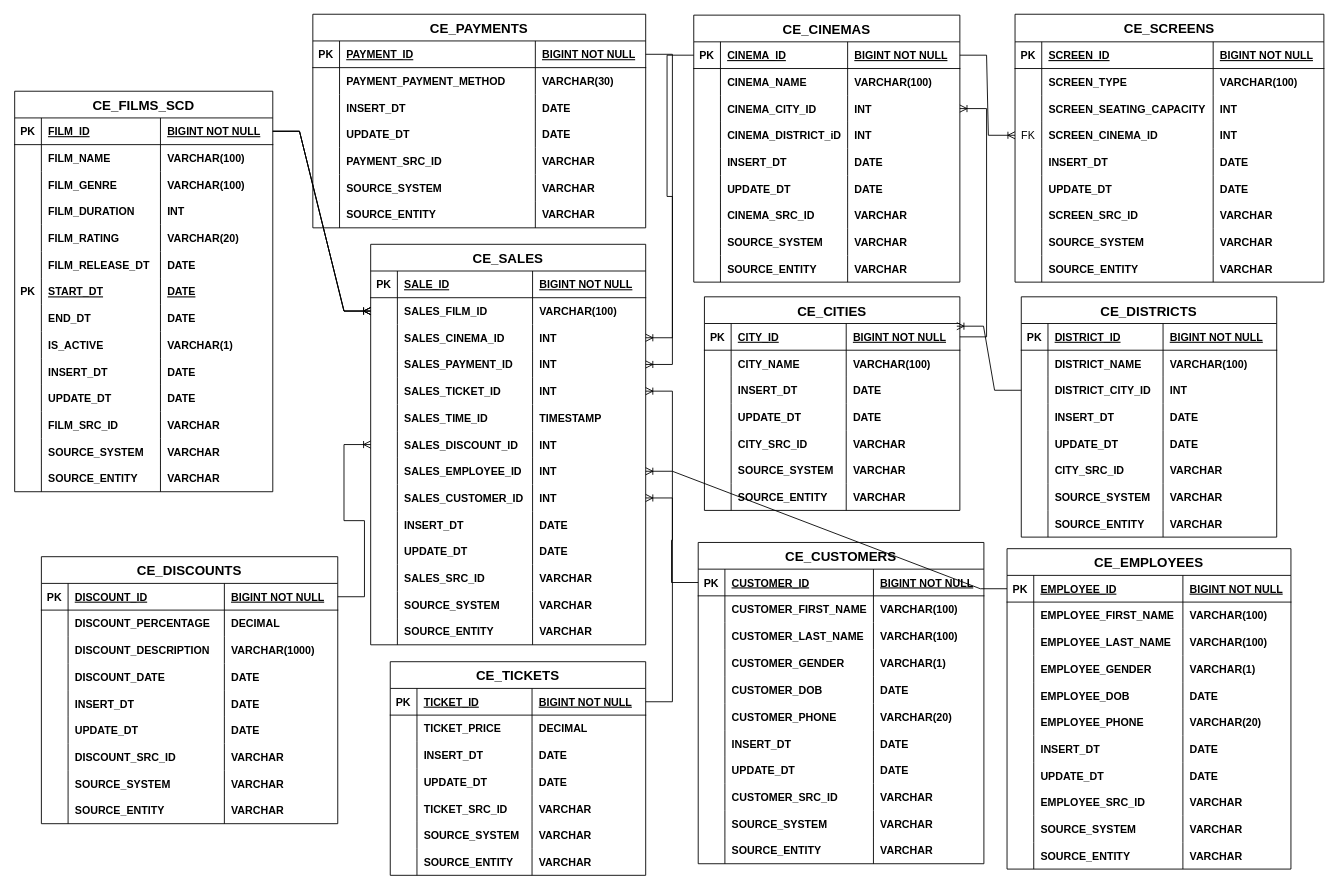
Earlier version of the draw.io diagram ticket_sales_3NF.drawio (GiorgiEz/DB-modeling). Source tidied: cells renumbered, new cells numbered last; positions are measured from the earlier drawing's top-left corner, leaving out a move shared by most shapes. Both pictures are drawn from the tidied source at 89%, with x=0, y=0 at pixel (14, 14).
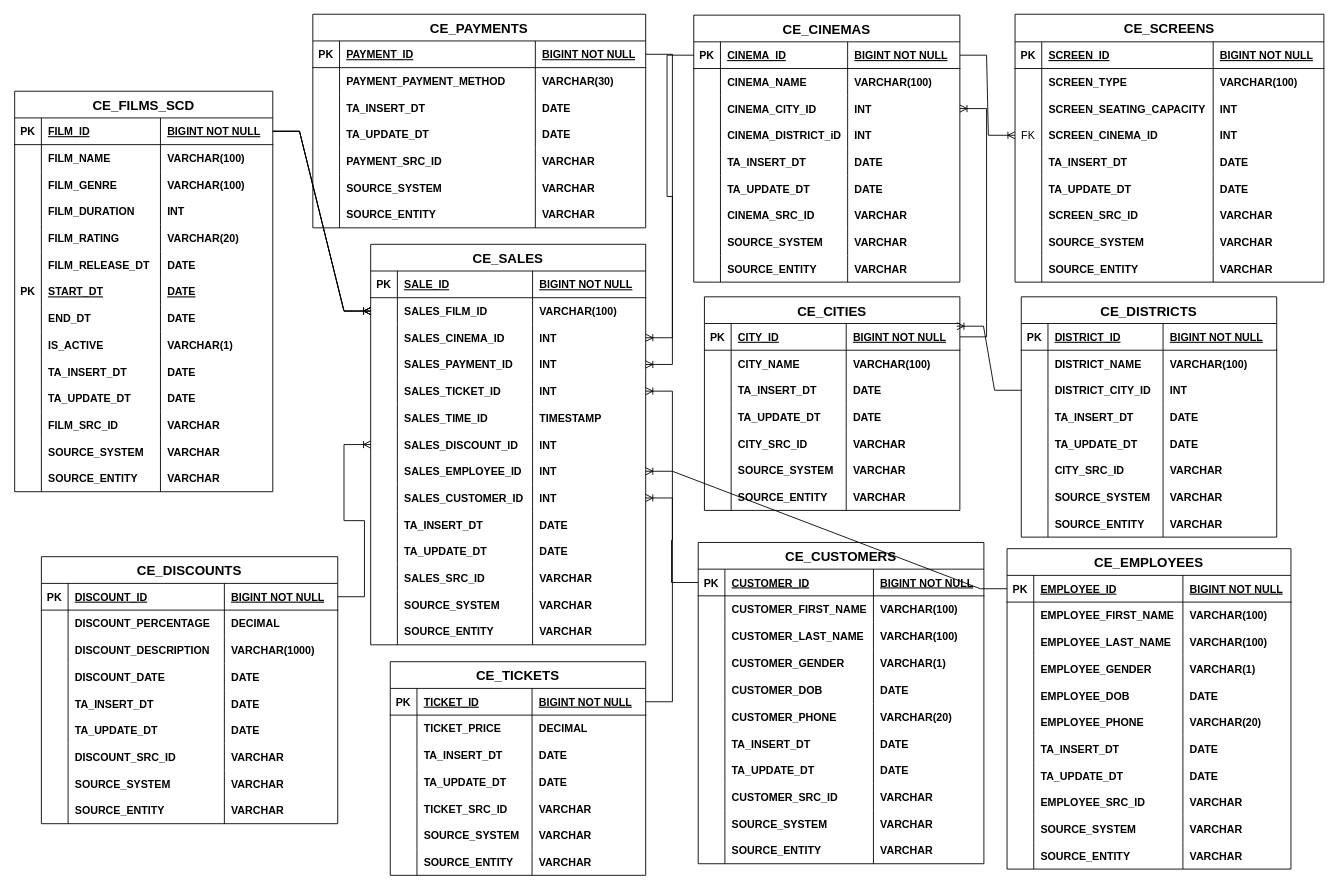
The same diagram, later.

Unchanged cells that the change refers to:
```xml
<mxCell id="39" style="shape=partialRectangle;fillColor=none;top=0;left=0;right=0;bottom=0;" parent="2" vertex="1">
  <mxGeometry y="300" width="290" height="30" as="geometry" />
</mxCell>
<mxCell id="43" style="shape=partialRectangle;fillColor=none;top=0;left=0;right=0;bottom=0;" parent="2" vertex="1">
  <mxGeometry y="330" width="290" height="30" as="geometry" />
</mxCell>
<mxCell id="76" style="shape=partialRectangle;fillColor=none;top=0;left=0;right=0;bottom=0;" parent="59" vertex="1">
  <mxGeometry y="150" width="299" height="30" as="geometry" />
</mxCell>
<mxCell id="80" style="shape=partialRectangle;fillColor=none;top=0;left=0;right=0;bottom=0;" parent="59" vertex="1">
  <mxGeometry y="180" width="299" height="30" as="geometry" />
</mxCell>
<mxCell id="113" style="shape=partialRectangle;fillColor=none;top=0;left=0;right=0;bottom=0;" parent="96" vertex="1">
  <mxGeometry y="151" width="347" height="30" as="geometry" />
</mxCell>
<mxCell id="117" style="shape=partialRectangle;fillColor=none;top=0;left=0;right=0;bottom=0;" parent="96" vertex="1">
  <mxGeometry y="181" width="347" height="30" as="geometry" />
</mxCell>
<mxCell id="150" style="shape=partialRectangle;fillColor=none;top=0;left=0;right=0;bottom=0;" parent="133" vertex="1">
  <mxGeometry y="150" width="333" height="30" as="geometry" />
</mxCell>
<mxCell id="154" style="shape=partialRectangle;fillColor=none;top=0;left=0;right=0;bottom=0;" parent="133" vertex="1">
  <mxGeometry y="180" width="333" height="30" as="geometry" />
</mxCell>
<mxCell id="179" style="shape=partialRectangle;fillColor=none;top=0;left=0;right=0;bottom=0;" parent="170" vertex="1">
  <mxGeometry y="90" width="287" height="30" as="geometry" />
</mxCell>
<mxCell id="183" style="shape=partialRectangle;fillColor=none;top=0;left=0;right=0;bottom=0;" parent="170" vertex="1">
  <mxGeometry y="120" width="287" height="30" as="geometry" />
</mxCell>
<mxCell id="208" style="shape=partialRectangle;fillColor=none;top=0;left=0;right=0;bottom=0;" parent="199" vertex="1">
  <mxGeometry y="90" width="374" height="30" as="geometry" />
</mxCell>
<mxCell id="212" style="shape=partialRectangle;fillColor=none;top=0;left=0;right=0;bottom=0;" parent="199" vertex="1">
  <mxGeometry y="120" width="374" height="30" as="geometry" />
</mxCell>
<mxCell id="253" style="shape=partialRectangle;fillColor=none;top=0;left=0;right=0;bottom=0;" parent="228" vertex="1">
  <mxGeometry y="210" width="319" height="30" as="geometry" />
</mxCell>
<mxCell id="257" style="shape=partialRectangle;fillColor=none;top=0;left=0;right=0;bottom=0;" parent="228" vertex="1">
  <mxGeometry y="240" width="319" height="30" as="geometry" />
</mxCell>
<mxCell id="298" style="shape=partialRectangle;fillColor=none;top=0;left=0;right=0;bottom=0;" parent="273" vertex="1">
  <mxGeometry y="211" width="321" height="30" as="geometry" />
</mxCell>
<mxCell id="302" style="shape=partialRectangle;fillColor=none;top=0;left=0;right=0;bottom=0;" parent="273" vertex="1">
  <mxGeometry y="241" width="321" height="30" as="geometry" />
</mxCell>
<mxCell id="355" style="shape=partialRectangle;fillColor=none;top=0;left=0;right=0;bottom=0;" parent="318" vertex="1">
  <mxGeometry y="300" width="309" height="30" as="geometry" />
</mxCell>
<mxCell id="359" style="shape=partialRectangle;fillColor=none;top=0;left=0;right=0;bottom=0;" parent="318" vertex="1">
  <mxGeometry y="330" width="309" height="30" as="geometry" />
</mxCell>
<mxCell id="394" style="shape=partialRectangle;fillColor=none;top=0;left=0;right=0;bottom=0;" parent="385" vertex="1">
  <mxGeometry y="90" width="287" height="30" as="geometry" />
</mxCell>
<mxCell id="398" style="shape=partialRectangle;fillColor=none;top=0;left=0;right=0;bottom=0;" parent="385" vertex="1">
  <mxGeometry y="120" width="287" height="30" as="geometry" />
</mxCell>
<mxCell id="428" style="shape=partialRectangle;fillColor=none;top=0;left=0;right=0;bottom=0;" parent="415" vertex="1">
  <mxGeometry y="120" width="287" height="30" as="geometry" />
</mxCell>
<mxCell id="432" style="shape=partialRectangle;fillColor=none;top=0;left=0;right=0;bottom=0;" parent="415" vertex="1">
  <mxGeometry y="150" width="287" height="30" as="geometry" />
</mxCell>
```

What changed in the source:
```diff
@@
-    <mxCell id="41" value="INSERT_DT" style="shape=partialRectangle;overflow=hidden;fillColor=none;top=0;left=0;bottom=0;right=0;align=left;spacingLeft=6;fontStyle=1;" parent="39" vertex="1">
+    <mxCell id="41" value="TA_INSERT_DT" style="shape=partialRectangle;overflow=hidden;fillColor=none;top=0;left=0;bottom=0;right=0;align=left;spacingLeft=6;fontStyle=1;" parent="39" vertex="1">
       <mxGeometry x="30" width="133.8" height="30" as="geometry" />
     </mxCell>
@@
-    <mxCell id="45" value="UPDATE_DT" style="shape=partialRectangle;overflow=hidden;fillColor=none;top=0;left=0;bottom=0;right=0;align=left;spacingLeft=6;fontStyle=1;" parent="43" vertex="1">
+    <mxCell id="45" value="TA_UPDATE_DT" style="shape=partialRectangle;overflow=hidden;fillColor=none;top=0;left=0;bottom=0;right=0;align=left;spacingLeft=6;fontStyle=1;" parent="43" vertex="1">
       <mxGeometry x="30" width="133.8" height="30" as="geometry" />
     </mxCell>
@@
-    <mxCell id="78" value="INSERT_DT" style="shape=partialRectangle;overflow=hidden;fillColor=none;top=0;left=0;bottom=0;right=0;align=left;spacingLeft=6;fontStyle=1;" parent="76" vertex="1">
+    <mxCell id="78" value="TA_INSERT_DT" style="shape=partialRectangle;overflow=hidden;fillColor=none;top=0;left=0;bottom=0;right=0;align=left;spacingLeft=6;fontStyle=1;" parent="76" vertex="1">
       <mxGeometry x="30" width="142.9" height="30" as="geometry" />
     </mxCell>
@@
-    <mxCell id="82" value="UPDATE_DT" style="shape=partialRectangle;overflow=hidden;fillColor=none;top=0;left=0;bottom=0;right=0;align=left;spacingLeft=6;fontStyle=1;" parent="80" vertex="1">
+    <mxCell id="82" value="TA_UPDATE_DT" style="shape=partialRectangle;overflow=hidden;fillColor=none;top=0;left=0;bottom=0;right=0;align=left;spacingLeft=6;fontStyle=1;" parent="80" vertex="1">
       <mxGeometry x="30" width="142.9" height="30" as="geometry" />
     </mxCell>
@@
-    <mxCell id="115" value="INSERT_DT" style="shape=partialRectangle;overflow=hidden;fillColor=none;top=0;left=0;bottom=0;right=0;align=left;spacingLeft=6;fontStyle=1;" parent="113" vertex="1">
+    <mxCell id="115" value="TA_INSERT_DT" style="shape=partialRectangle;overflow=hidden;fillColor=none;top=0;left=0;bottom=0;right=0;align=left;spacingLeft=6;fontStyle=1;" parent="113" vertex="1">
       <mxGeometry x="30" width="192.6" height="30" as="geometry" />
     </mxCell>
@@
-    <mxCell id="119" value="UPDATE_DT" style="shape=partialRectangle;overflow=hidden;fillColor=none;top=0;left=0;bottom=0;right=0;align=left;spacingLeft=6;fontStyle=1;" parent="117" vertex="1">
+    <mxCell id="119" value="TA_UPDATE_DT" style="shape=partialRectangle;overflow=hidden;fillColor=none;top=0;left=0;bottom=0;right=0;align=left;spacingLeft=6;fontStyle=1;" parent="117" vertex="1">
       <mxGeometry x="30" width="192.6" height="30" as="geometry" />
     </mxCell>
@@
-    <mxCell id="152" value="INSERT_DT" style="shape=partialRectangle;overflow=hidden;fillColor=none;top=0;left=0;bottom=0;right=0;align=left;spacingLeft=6;fontStyle=1;" parent="150" vertex="1">
+    <mxCell id="152" value="TA_INSERT_DT" style="shape=partialRectangle;overflow=hidden;fillColor=none;top=0;left=0;bottom=0;right=0;align=left;spacingLeft=6;fontStyle=1;" parent="150" vertex="1">
       <mxGeometry x="30" width="175.6" height="30" as="geometry" />
     </mxCell>
@@
-    <mxCell id="156" value="UPDATE_DT" style="shape=partialRectangle;overflow=hidden;fillColor=none;top=0;left=0;bottom=0;right=0;align=left;spacingLeft=6;fontStyle=1;" parent="154" vertex="1">
+    <mxCell id="156" value="TA_UPDATE_DT" style="shape=partialRectangle;overflow=hidden;fillColor=none;top=0;left=0;bottom=0;right=0;align=left;spacingLeft=6;fontStyle=1;" parent="154" vertex="1">
       <mxGeometry x="30" width="175.6" height="30" as="geometry" />
     </mxCell>
@@
-    <mxCell id="181" value="INSERT_DT" style="shape=partialRectangle;overflow=hidden;fillColor=none;top=0;left=0;bottom=0;right=0;align=left;spacingLeft=6;fontStyle=1;" parent="179" vertex="1">
+    <mxCell id="181" value="TA_INSERT_DT" style="shape=partialRectangle;overflow=hidden;fillColor=none;top=0;left=0;bottom=0;right=0;align=left;spacingLeft=6;fontStyle=1;" parent="179" vertex="1">
       <mxGeometry x="30" width="129.3" height="30" as="geometry" />
     </mxCell>
@@
-    <mxCell id="185" value="UPDATE_DT" style="shape=partialRectangle;overflow=hidden;fillColor=none;top=0;left=0;bottom=0;right=0;align=left;spacingLeft=6;fontStyle=1;" parent="183" vertex="1">
+    <mxCell id="185" value="TA_UPDATE_DT" style="shape=partialRectangle;overflow=hidden;fillColor=none;top=0;left=0;bottom=0;right=0;align=left;spacingLeft=6;fontStyle=1;" parent="183" vertex="1">
       <mxGeometry x="30" width="129.3" height="30" as="geometry" />
     </mxCell>
@@
-    <mxCell id="210" value="INSERT_DT" style="shape=partialRectangle;overflow=hidden;fillColor=none;top=0;left=0;bottom=0;right=0;align=left;spacingLeft=6;fontStyle=1;" parent="208" vertex="1">
+    <mxCell id="210" value="TA_INSERT_DT" style="shape=partialRectangle;overflow=hidden;fillColor=none;top=0;left=0;bottom=0;right=0;align=left;spacingLeft=6;fontStyle=1;" parent="208" vertex="1">
       <mxGeometry x="30" width="220" height="30" as="geometry" />
     </mxCell>
@@
-    <mxCell id="214" value="UPDATE_DT" style="shape=partialRectangle;overflow=hidden;fillColor=none;top=0;left=0;bottom=0;right=0;align=left;spacingLeft=6;fontStyle=1;" parent="212" vertex="1">
+    <mxCell id="214" value="TA_UPDATE_DT" style="shape=partialRectangle;overflow=hidden;fillColor=none;top=0;left=0;bottom=0;right=0;align=left;spacingLeft=6;fontStyle=1;" parent="212" vertex="1">
       <mxGeometry x="30" width="220" height="30" as="geometry" />
     </mxCell>
@@
-    <mxCell id="255" value="INSERT_DT" style="shape=partialRectangle;overflow=hidden;fillColor=none;top=0;left=0;bottom=0;right=0;align=left;spacingLeft=6;fontStyle=1;" parent="253" vertex="1">
+    <mxCell id="255" value="TA_INSERT_DT" style="shape=partialRectangle;overflow=hidden;fillColor=none;top=0;left=0;bottom=0;right=0;align=left;spacingLeft=6;fontStyle=1;" parent="253" vertex="1">
       <mxGeometry x="30" width="167.6" height="30" as="geometry" />
     </mxCell>
@@
-    <mxCell id="259" value="UPDATE_DT" style="shape=partialRectangle;overflow=hidden;fillColor=none;top=0;left=0;bottom=0;right=0;align=left;spacingLeft=6;fontStyle=1;" parent="257" vertex="1">
+    <mxCell id="259" value="TA_UPDATE_DT" style="shape=partialRectangle;overflow=hidden;fillColor=none;top=0;left=0;bottom=0;right=0;align=left;spacingLeft=6;fontStyle=1;" parent="257" vertex="1">
       <mxGeometry x="30" width="167.6" height="30" as="geometry" />
     </mxCell>
@@
-    <mxCell id="300" value="INSERT_DT" style="shape=partialRectangle;overflow=hidden;fillColor=none;top=0;left=0;bottom=0;right=0;align=left;spacingLeft=6;fontStyle=1;" parent="298" vertex="1">
+    <mxCell id="300" value="TA_INSERT_DT" style="shape=partialRectangle;overflow=hidden;fillColor=none;top=0;left=0;bottom=0;right=0;align=left;spacingLeft=6;fontStyle=1;" parent="298" vertex="1">
       <mxGeometry x="30" width="166.9" height="30" as="geometry" />
     </mxCell>
@@
-    <mxCell id="304" value="UPDATE_DT" style="shape=partialRectangle;overflow=hidden;fillColor=none;top=0;left=0;bottom=0;right=0;align=left;spacingLeft=6;fontStyle=1;" parent="302" vertex="1">
+    <mxCell id="304" value="TA_UPDATE_DT" style="shape=partialRectangle;overflow=hidden;fillColor=none;top=0;left=0;bottom=0;right=0;align=left;spacingLeft=6;fontStyle=1;" parent="302" vertex="1">
       <mxGeometry x="30" width="166.9" height="30" as="geometry" />
     </mxCell>
@@
-    <mxCell id="357" value="INSERT_DT" style="shape=partialRectangle;overflow=hidden;fillColor=none;top=0;left=0;bottom=0;right=0;align=left;spacingLeft=6;fontStyle=1;" parent="355" vertex="1">
+    <mxCell id="357" value="TA_INSERT_DT" style="shape=partialRectangle;overflow=hidden;fillColor=none;top=0;left=0;bottom=0;right=0;align=left;spacingLeft=6;fontStyle=1;" parent="355" vertex="1">
       <mxGeometry x="30" width="151.9" height="30" as="geometry" />
     </mxCell>
@@
-    <mxCell id="361" value="UPDATE_DT" style="shape=partialRectangle;overflow=hidden;fillColor=none;top=0;left=0;bottom=0;right=0;align=left;spacingLeft=6;fontStyle=1;" parent="359" vertex="1">
+    <mxCell id="361" value="TA_UPDATE_DT" style="shape=partialRectangle;overflow=hidden;fillColor=none;top=0;left=0;bottom=0;right=0;align=left;spacingLeft=6;fontStyle=1;" parent="359" vertex="1">
       <mxGeometry x="30" width="151.9" height="30" as="geometry" />
     </mxCell>
@@
-    <mxCell id="396" value="INSERT_DT" style="shape=partialRectangle;overflow=hidden;fillColor=none;top=0;left=0;bottom=0;right=0;align=left;spacingLeft=6;fontStyle=1;" parent="394" vertex="1">
+    <mxCell id="396" value="TA_INSERT_DT" style="shape=partialRectangle;overflow=hidden;fillColor=none;top=0;left=0;bottom=0;right=0;align=left;spacingLeft=6;fontStyle=1;" parent="394" vertex="1">
       <mxGeometry x="30" width="129.3" height="30" as="geometry" />
     </mxCell>
@@
-    <mxCell id="400" value="UPDATE_DT" style="shape=partialRectangle;overflow=hidden;fillColor=none;top=0;left=0;bottom=0;right=0;align=left;spacingLeft=6;fontStyle=1;" parent="398" vertex="1">
+    <mxCell id="400" value="TA_UPDATE_DT" style="shape=partialRectangle;overflow=hidden;fillColor=none;top=0;left=0;bottom=0;right=0;align=left;spacingLeft=6;fontStyle=1;" parent="398" vertex="1">
       <mxGeometry x="30" width="129.3" height="30" as="geometry" />
     </mxCell>
@@
-    <mxCell id="430" value="INSERT_DT" style="shape=partialRectangle;overflow=hidden;fillColor=none;top=0;left=0;bottom=0;right=0;align=left;spacingLeft=6;fontStyle=1;" parent="428" vertex="1">
+    <mxCell id="430" value="TA_INSERT_DT" style="shape=partialRectangle;overflow=hidden;fillColor=none;top=0;left=0;bottom=0;right=0;align=left;spacingLeft=6;fontStyle=1;" parent="428" vertex="1">
       <mxGeometry x="30" width="129.3" height="30" as="geometry" />
     </mxCell>
@@
-    <mxCell id="434" value="UPDATE_DT" style="shape=partialRectangle;overflow=hidden;fillColor=none;top=0;left=0;bottom=0;right=0;align=left;spacingLeft=6;fontStyle=1;" parent="432" vertex="1">
+    <mxCell id="434" value="TA_UPDATE_DT" style="shape=partialRectangle;overflow=hidden;fillColor=none;top=0;left=0;bottom=0;right=0;align=left;spacingLeft=6;fontStyle=1;" parent="432" vertex="1">
       <mxGeometry x="30" width="129.3" height="30" as="geometry" />
     </mxCell>
```
